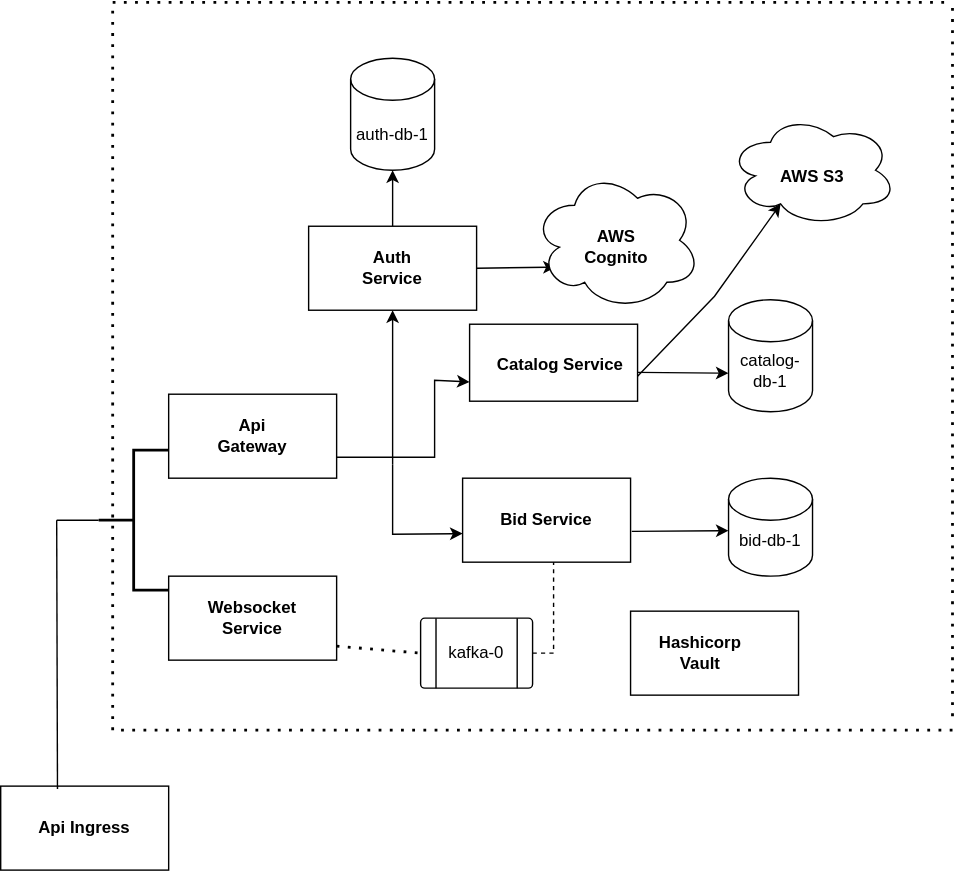
This is nilami.svg from samnayak1/nilami-spring-microservice, a draw.io export, as it was before one commit. Source tidied: cells renumbered, new cells last; positions are measured from the earlier drawing's top-left corner, leaving out a move shared by most shapes.
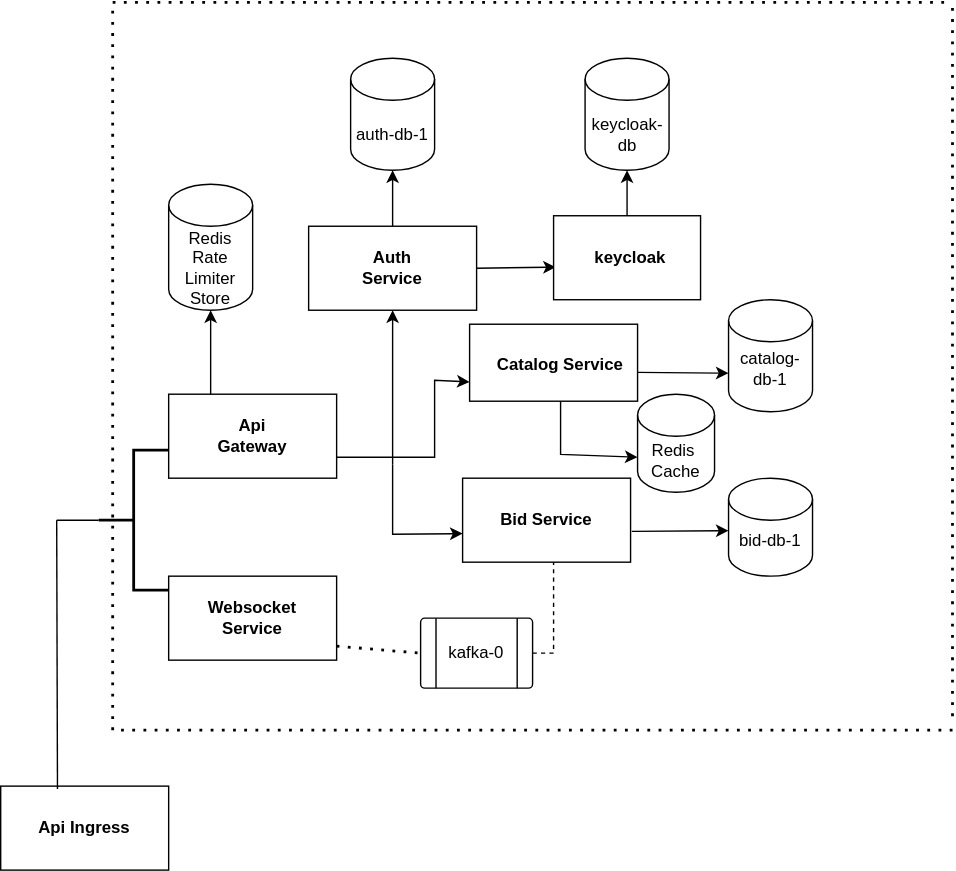
After the change.

The edit, as a diff of the source:
```diff
@@ -121,11 +121,24 @@
         <mxPoint x="240" y="460" as="sourcePoint" />
       </mxGeometry>
     </mxCell>
-    <mxCell id="34" style="endArrow=classic;html=1;rounded=0;exitX=1;exitY=0.5;exitDx=0;exitDy=0;entryX=0.015;entryY=0.612;entryDx=0;entryDy=0;entryPerimeter=0;" parent="1" edge="1" source="9">
-      <mxGeometry relative="1" as="geometry">
-        <mxPoint x="396.6" y="189.2" as="targetPoint" />
-      </mxGeometry>
+    <mxCell id="34" style="endArrow=classic;html=1;rounded=0;exitX=1;exitY=0.5;exitDx=0;exitDy=0;entryX=0.015;entryY=0.612;entryDx=0;entryDy=0;entryPerimeter=0;" parent="1" edge="1" source="9" target="50">
+      <mxGeometry relative="1" as="geometry" />
     </mxCell>
+    <mxCell id="50" style="rounded=0;whiteSpace=wrap;html=1;" parent="1" vertex="1">
+      <mxGeometry x="395" y="152.5" width="105" height="60" as="geometry" />
+    </mxCell>
+    <mxCell id="51" value="&lt;b&gt;keycloak&lt;/b&gt;" style="text;html=1;whiteSpace=wrap;strokeColor=none;fillColor=none;align=center;verticalAlign=middle;rounded=0;" parent="1" vertex="1">
+      <mxGeometry x="420" y="167.5" width="60" height="30" as="geometry" />
+    </mxCell>
+    <mxCell id="52" style="shape=cylinder3;whiteSpace=wrap;html=1;boundedLbl=1;backgroundOutline=1;size=15;" parent="1" vertex="1">
+      <mxGeometry x="417.5" y="40" width="60" height="80" as="geometry" />
+    </mxCell>
+    <mxCell id="53" value="keycloak-db" style="text;html=1;whiteSpace=wrap;strokeColor=none;fillColor=none;align=center;verticalAlign=middle;rounded=0;" parent="1" vertex="1">
+      <mxGeometry x="418" y="80" width="60" height="30" as="geometry" />
+    </mxCell>
+    <mxCell id="54" style="endArrow=classic;html=1;rounded=0;entryX=0.5;entryY=1;entryDx=0;entryDy=0;entryPerimeter=0;" parent="1" edge="1" source="50" target="52">
+      <mxGeometry relative="1" as="geometry" />
+    </mxCell>
     <mxCell id="35" style="strokeWidth=2;html=1;shape=mxgraph.flowchart.annotation_2;align=left;labelPosition=right;" parent="1" vertex="1">
       <mxGeometry x="70" y="320" width="50" height="100" as="geometry" />
     </mxCell>
@@ -167,31 +180,28 @@
         <mxPoint x="80" y="520" as="targetPoint" />
       </mxGeometry>
     </mxCell>
-    <mxCell id="43" style="ellipse;shape=cloud;whiteSpace=wrap;html=1;" parent="1" vertex="1">
-      <mxGeometry x="380" y="120" width="120" height="100" as="geometry" />
-    </mxCell>
-    <mxCell id="44" value="&lt;b&gt;AWS Cognito&lt;/b&gt;" style="text;html=1;whiteSpace=wrap;strokeColor=none;fillColor=none;align=center;verticalAlign=middle;rounded=0;" parent="1" vertex="1">
-      <mxGeometry x="410" y="160" width="60" height="30" as="geometry" />
-    </mxCell>
-    <mxCell id="45" style="ellipse;shape=cloud;whiteSpace=wrap;html=1;" parent="1" vertex="1">
-      <mxGeometry x="520" y="80" width="120" height="80" as="geometry" />
-    </mxCell>
-    <mxCell id="46" value="&lt;b&gt;AWS S3&lt;/b&gt;" style="text;html=1;whiteSpace=wrap;strokeColor=none;fillColor=none;align=center;verticalAlign=middle;rounded=0;" parent="1" vertex="1">
-      <mxGeometry x="550" y="110" width="60" height="30" as="geometry" />
-    </mxCell>
-    <mxCell id="47" style="endArrow=classic;html=1;rounded=0;entryX=0.31;entryY=0.8;entryDx=0;entryDy=0;entryPerimeter=0;" parent="1" edge="1" target="45">
-      <mxGeometry relative="1" as="geometry">
-        <mxPoint x="455" y="267.2" as="sourcePoint" />
-        <Array as="points">
-          <mxPoint x="510" y="210" />
-        </Array>
-      </mxGeometry>
-    </mxCell>
-    <mxCell id="48" style="rounded=0;whiteSpace=wrap;html=1;" parent="1" vertex="1">
-      <mxGeometry x="450" y="435" width="120" height="60" as="geometry" />
-    </mxCell>
-    <mxCell id="49" value="&lt;b&gt;Hashicorp Vault&lt;/b&gt;" style="text;html=1;whiteSpace=wrap;strokeColor=none;fillColor=none;align=center;verticalAlign=middle;rounded=0;" parent="1" vertex="1">
-      <mxGeometry x="470" y="450" width="60" height="30" as="geometry" />
-    </mxCell>
+    <mxCell id="55" style="endArrow=classic;html=1;rounded=0;" parent="1" edge="1">
+      <mxGeometry relative="1" as="geometry">
+        <mxPoint x="150" y="280" as="sourcePoint" />
+        <mxPoint x="150" y="220" as="targetPoint" />
+      </mxGeometry>
+    </mxCell>
+    <mxCell id="56" style="shape=cylinder3;whiteSpace=wrap;html=1;boundedLbl=1;backgroundOutline=1;size=15;" parent="1" vertex="1">
+      <mxGeometry x="120" y="130" width="60" height="90" as="geometry" />
+    </mxCell>
+    <mxCell id="57" value="Redis Rate Limiter Store" style="text;html=1;whiteSpace=wrap;strokeColor=none;fillColor=none;align=center;verticalAlign=middle;rounded=0;" parent="1" vertex="1">
+      <mxGeometry x="120" y="175" width="60" height="30" as="geometry" />
+    </mxCell>
+    <mxCell id="58" value="&lt;div&gt;Redis&amp;nbsp;&lt;/div&gt;&lt;div&gt;Cache&lt;/div&gt;" style="shape=cylinder3;whiteSpace=wrap;html=1;boundedLbl=1;backgroundOutline=1;size=15;" parent="1" vertex="1">
+      <mxGeometry x="455" y="280" width="55" height="70" as="geometry" />
+    </mxCell>
+    <mxCell id="59" style="endArrow=classic;html=1;rounded=0;entryX=0;entryY=0;entryDx=0;entryDy=45;entryPerimeter=0;" parent="1" edge="1" target="58">
+      <mxGeometry relative="1" as="geometry">
+        <mxPoint x="400" y="285" as="sourcePoint" />
+        <Array as="points">
+          <mxPoint x="400" y="323" />
+        </Array>
+      </mxGeometry>
+    </mxCell>
   </root>
 </mxGraphModel>
```
